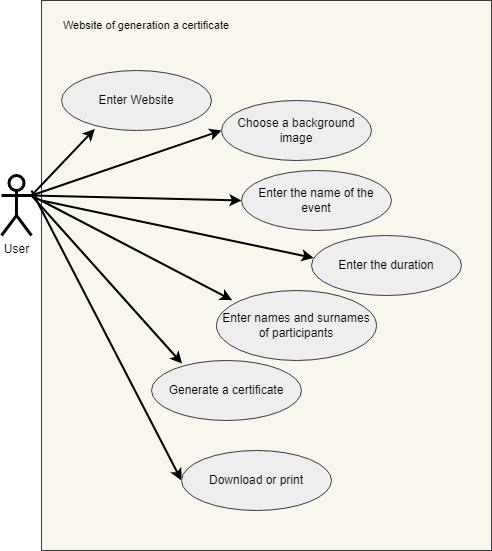
Above: docs/1.Envisioning/Діаграма прецедентів.png in IlnitskijMaksim/SE-practice-1group (draw.io), before the change. Source tidied: cells renumbered, new cells last; positions are measured from the earlier drawing's top-left corner, leaving out a move shared by most shapes.
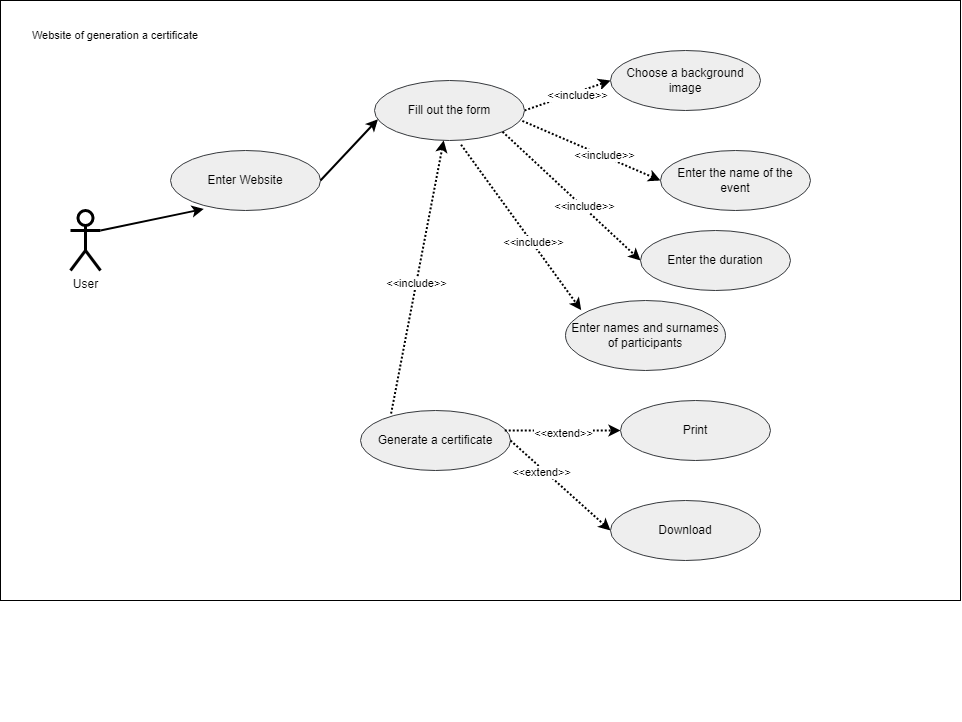
After the commit.

Diff of the diagram source:
```diff
@@ -2,63 +2,98 @@
   <root>
     <mxCell id="0" />
     <mxCell id="1" parent="0" />
+    <mxCell id="20" style="group;" parent="1" vertex="1">
+      <mxGeometry x="-110" width="890" height="660" as="geometry" />
+    </mxCell>
+    <mxCell id="21" style="group;" parent="20" vertex="1">
+      <mxGeometry x="110" width="780" height="660" as="geometry" />
+    </mxCell>
-    <mxCell id="2" style="rounded=0;whiteSpace=wrap;html=1;fillColor=#f9f7ed;strokeColor=#36393d;" parent="1" vertex="1">
-      <mxGeometry x="40" width="450" height="550" as="geometry" />
+    <mxCell id="2" style="rounded=0;whiteSpace=wrap;html=1;" parent="21" vertex="1">
+      <mxGeometry x="-180" y="-60" width="960" height="600" as="geometry" />
     </mxCell>
-    <mxCell id="3" style="group;" parent="1" vertex="1">
-      <mxGeometry x="30" y="70" width="430" height="470" as="geometry" />
+    <mxCell id="3" style="group;" parent="21" vertex="1">
+      <mxGeometry x="40" y="50" width="590" height="500" as="geometry" />
     </mxCell>
-    <mxCell id="4" value="Enter Website" style="ellipse;whiteSpace=wrap;html=1;fillColor=#eeeeee;strokeColor=#36393d;" parent="3" vertex="1">
-      <mxGeometry x="30" width="150" height="60" as="geometry" />
-    </mxCell>
-    <mxCell id="5" value="Choose a background image" style="ellipse;whiteSpace=wrap;html=1;fillColor=#eeeeee;strokeColor=#36393d;" parent="3" vertex="1">
-      <mxGeometry x="190" y="30" width="150" height="60" as="geometry" />
-    </mxCell>
-    <mxCell id="6" value="Enter the name of the event" style="ellipse;whiteSpace=wrap;html=1;fillColor=#eeeeee;strokeColor=#36393d;" parent="3" vertex="1">
-      <mxGeometry x="210" y="100" width="150" height="60" as="geometry" />
-    </mxCell>
-    <mxCell id="7" style="endArrow=classic;html=1;rounded=0;entryX=0.014;entryY=0.373;entryDx=0;entryDy=0;entryPerimeter=0;strokeWidth=2;" parent="3" edge="1" target="8">
-      <mxGeometry relative="1" as="geometry">
-        <mxPoint x="10" y="130" as="sourcePoint" />
-      </mxGeometry>
-    </mxCell>
     <mxCell id="8" value="Enter the duration" style="ellipse;whiteSpace=wrap;html=1;fillColor=#eeeeee;strokeColor=#36393d;" parent="3" vertex="1">
-      <mxGeometry x="280" y="165" width="150" height="60" as="geometry" />
+      <mxGeometry x="420" y="120" width="150" height="60" as="geometry" />
     </mxCell>
     <mxCell id="9" value="Enter names and surnames of participants" style="ellipse;whiteSpace=wrap;html=1;fillColor=#eeeeee;strokeColor=#36393d;" parent="3" vertex="1">
-      <mxGeometry x="185" y="220" width="160" height="70" as="geometry" />
+      <mxGeometry x="345" y="190" width="160" height="70" as="geometry" />
     </mxCell>
     <mxCell id="10" value="Generate a certificate" style="ellipse;whiteSpace=wrap;html=1;fillColor=#eeeeee;strokeColor=#36393d;" parent="3" vertex="1">
-      <mxGeometry x="120" y="290" width="150" height="60" as="geometry" />
+      <mxGeometry x="140" y="300" width="150" height="60" as="geometry" />
     </mxCell>
-    <mxCell id="11" style="endArrow=classic;html=1;rounded=0;strokeWidth=2;entryX=0;entryY=0.5;entryDx=0;entryDy=0;" parent="3" edge="1" target="12">
-      <mxGeometry relative="1" as="geometry">
-        <mxPoint y="120" as="sourcePoint" />
-      </mxGeometry>
-    </mxCell>
-    <mxCell id="12" value="Download or print" style="ellipse;whiteSpace=wrap;html=1;fillColor=#eeeeee;strokeColor=#36393d;" parent="3" vertex="1">
-      <mxGeometry x="150" y="380" width="150" height="60" as="geometry" />
-    </mxCell>
+    <mxCell id="22" style="endArrow=classic;dashed=1;html=1;rounded=0;endFill=1;strokeWidth=2;dashPattern=1 1;entryX=0;entryY=0.5;entryDx=0;entryDy=0;exitX=0.961;exitY=0.333;exitDx=0;exitDy=0;exitPerimeter=0;" parent="3" edge="1" source="10" target="24">
+      <mxGeometry relative="1" as="geometry" />
+    </mxCell>
+    <mxCell id="23" value="&amp;lt;&amp;lt;extend&amp;gt;&amp;gt;" style="edgeLabel;html=1;align=center;verticalAlign=middle;" parent="22" vertex="1">
+      <mxGeometry x="0.01" y="-2" relative="1" as="geometry" />
+    </mxCell>
+    <mxCell id="24" value="Print" style="ellipse;whiteSpace=wrap;html=1;fillColor=#eeeeee;strokeColor=#36393d;" parent="3" vertex="1">
+      <mxGeometry x="400" y="290" width="150" height="60" as="geometry" />
+    </mxCell>
+    <mxCell id="25" value="Download" style="ellipse;whiteSpace=wrap;html=1;fillColor=#eeeeee;strokeColor=#36393d;" parent="3" vertex="1">
+      <mxGeometry x="390" y="390" width="150" height="60" as="geometry" />
+    </mxCell>
+    <mxCell id="26" style="endArrow=classic;dashed=1;html=1;rounded=0;exitX=1;exitY=0.5;exitDx=0;exitDy=0;endFill=1;dashPattern=1 1;strokeWidth=2;entryX=0;entryY=0.5;entryDx=0;entryDy=0;" parent="3" edge="1" source="10" target="25">
+      <mxGeometry relative="1" as="geometry" />
+    </mxCell>
+    <mxCell id="27" value="&amp;lt;&amp;lt;extend&amp;gt;&amp;gt;" style="edgeLabel;html=1;align=center;verticalAlign=middle;" parent="26" vertex="1">
+      <mxGeometry x="-0.36" y="-3" relative="1" as="geometry" />
+    </mxCell>
+    <mxCell id="6" value="Enter the name of the event" style="ellipse;whiteSpace=wrap;html=1;fillColor=#eeeeee;strokeColor=#36393d;" parent="3" vertex="1">
+      <mxGeometry x="440" y="40" width="150" height="60" as="geometry" />
+    </mxCell>
+    <mxCell id="4" value="Enter Website" style="ellipse;whiteSpace=wrap;html=1;fillColor=#eeeeee;strokeColor=#36393d;" parent="3" vertex="1">
+      <mxGeometry x="-50" y="40" width="150" height="60" as="geometry" />
+    </mxCell>
+    <mxCell id="5" value="Choose a background image" style="ellipse;whiteSpace=wrap;html=1;fillColor=#eeeeee;strokeColor=#36393d;" parent="21" vertex="1">
+      <mxGeometry x="430" y="-10" width="150" height="60" as="geometry" />
+    </mxCell>
+    <mxCell id="28" style="endArrow=classic;dashed=1;html=1;dashPattern=1 1;strokeWidth=2;rounded=0;exitX=1;exitY=0.5;exitDx=0;exitDy=0;entryX=0;entryY=0.5;entryDx=0;entryDy=0;endFill=1;" parent="21" edge="1" source="30" target="5">
+      <mxGeometry relative="1" as="geometry" />
+    </mxCell>
+    <mxCell id="29" value="&amp;lt;&amp;lt;include&amp;gt;&amp;gt;" style="edgeLabel;html=1;align=center;verticalAlign=middle;" parent="28" vertex="1">
+      <mxGeometry x="0.21" y="-2" relative="1" as="geometry" />
+    </mxCell>
+    <mxCell id="30" value="Fill out the form" style="ellipse;whiteSpace=wrap;html=1;fillColor=#eeeeee;strokeColor=#36393d;" parent="21" vertex="1">
+      <mxGeometry x="194" y="20" width="150" height="60" as="geometry" />
+    </mxCell>
+    <mxCell id="15" style="endArrow=classic;html=1;rounded=0;entryX=0.098;entryY=0.138;entryDx=0;entryDy=0;entryPerimeter=0;strokeWidth=2;dashed=1;dashPattern=1 1;exitX=0.577;exitY=1.07;exitDx=0;exitDy=0;exitPerimeter=0;" parent="21" edge="1" source="30" target="9">
+      <mxGeometry relative="1" as="geometry" />
+    </mxCell>
+    <mxCell id="31" value="&amp;lt;&amp;lt;include&amp;gt;&amp;gt;" style="edgeLabel;html=1;align=center;verticalAlign=middle;" parent="15" vertex="1">
+      <mxGeometry x="0.17" y="1" relative="1" as="geometry" />
+    </mxCell>
+    <mxCell id="32" style="rounded=0;jettySize=auto;html=1;exitX=1;exitY=0.5;exitDx=0;exitDy=0;entryX=0.023;entryY=0.646;entryDx=0;entryDy=0;entryPerimeter=0;strokeWidth=2;" parent="21" edge="1" source="4" target="30">
+      <mxGeometry relative="1" as="geometry" />
+    </mxCell>
+    <mxCell id="33" style="endArrow=classic;html=1;rounded=0;entryX=0;entryY=0.5;entryDx=0;entryDy=0;strokeWidth=2;dashed=1;dashPattern=1 1;exitX=1;exitY=1;exitDx=0;exitDy=0;" parent="21" edge="1" source="30" target="8">
+      <mxGeometry relative="1" as="geometry" />
+    </mxCell>
+    <mxCell id="34" value="&amp;lt;&amp;lt;include&amp;gt;&amp;gt;" style="edgeLabel;html=1;align=center;verticalAlign=middle;" parent="33" vertex="1">
+      <mxGeometry x="0.17" y="1" relative="1" as="geometry" />
+    </mxCell>
+    <mxCell id="35" style="endArrow=classic;html=1;rounded=0;entryX=0;entryY=0.5;entryDx=0;entryDy=0;strokeWidth=2;dashed=1;dashPattern=1 1;exitX=0.986;exitY=0.674;exitDx=0;exitDy=0;exitPerimeter=0;" parent="21" edge="1" source="30" target="6">
+      <mxGeometry relative="1" as="geometry" />
+    </mxCell>
+    <mxCell id="36" value="&amp;lt;&amp;lt;include&amp;gt;&amp;gt;" style="edgeLabel;html=1;align=center;verticalAlign=middle;" parent="35" vertex="1">
+      <mxGeometry x="0.17" y="1" relative="1" as="geometry" />
+    </mxCell>
+    <mxCell id="16" style="endArrow=none;html=1;rounded=0;entryX=0.204;entryY=0.052;entryDx=0;entryDy=0;entryPerimeter=0;strokeWidth=2;dashed=1;dashPattern=1 1;startArrow=classic;startFill=1;endFill=0;" parent="21" edge="1" source="30" target="10">
+      <mxGeometry relative="1" as="geometry" />
+    </mxCell>
+    <mxCell id="37" value="&amp;lt;&amp;lt;include&amp;gt;&amp;gt;" style="edgeLabel;html=1;align=center;verticalAlign=middle;" parent="16" vertex="1">
+      <mxGeometry x="0.05" y="-1" relative="1" as="geometry" />
+    </mxCell>
+    <mxCell id="19" value="&lt;font style=&quot;font-size: 11px;&quot;&gt;Website of generation a certificate&lt;/font&gt;" style="text;html=1;strokeColor=none;fillColor=none;align=center;verticalAlign=middle;whiteSpace=wrap;rounded=0;" parent="21" vertex="1">
+      <mxGeometry x="-160" y="-40" width="190" height="30" as="geometry" />
+    </mxCell>
+    <mxCell id="18" style="endArrow=classic;html=1;rounded=0;entryX=0.222;entryY=0.974;entryDx=0;entryDy=0;entryPerimeter=0;exitX=1;exitY=0.3333333333333333;exitDx=0;exitDy=0;exitPerimeter=0;strokeWidth=2;" parent="20" edge="1" source="13" target="4">
+      <mxGeometry relative="1" as="geometry" />
+    </mxCell>
-    <mxCell id="13" value="User" style="shape=umlActor;verticalLabelPosition=bottom;verticalAlign=top;html=1;outlineConnect=0;strokeWidth=3;" parent="1" vertex="1">
-      <mxGeometry y="175" width="30" height="60" as="geometry" />
+    <mxCell id="13" value="User" style="shape=umlActor;verticalLabelPosition=bottom;verticalAlign=top;html=1;outlineConnect=0;strokeWidth=3;" parent="20" vertex="1">
+      <mxGeometry y="150" width="30" height="60" as="geometry" />
     </mxCell>
-    <mxCell id="14" style="rounded=0;jettySize=auto;html=1;exitX=1;exitY=0.3333333333333333;exitDx=0;exitDy=0;exitPerimeter=0;entryX=0;entryY=0.5;entryDx=0;entryDy=0;strokeWidth=2;" parent="1" edge="1" source="13" target="5">
-      <mxGeometry relative="1" as="geometry" />
-    </mxCell>
-    <mxCell id="15" style="endArrow=classic;html=1;rounded=0;entryX=0.098;entryY=0.138;entryDx=0;entryDy=0;entryPerimeter=0;exitX=1;exitY=0.3333333333333333;exitDx=0;exitDy=0;exitPerimeter=0;strokeWidth=2;" parent="1" edge="1" source="13" target="9">
-      <mxGeometry relative="1" as="geometry" />
-    </mxCell>
-    <mxCell id="16" style="endArrow=classic;html=1;rounded=0;entryX=0.204;entryY=0.052;entryDx=0;entryDy=0;entryPerimeter=0;exitX=1;exitY=0.3333333333333333;exitDx=0;exitDy=0;exitPerimeter=0;strokeWidth=2;" parent="1" edge="1" source="13" target="10">
-      <mxGeometry relative="1" as="geometry" />
-    </mxCell>
-    <mxCell id="17" style="endArrow=classic;html=1;rounded=0;entryX=0;entryY=0.5;entryDx=0;entryDy=0;exitX=1;exitY=0.3333333333333333;exitDx=0;exitDy=0;exitPerimeter=0;strokeWidth=2;" parent="1" edge="1" source="13" target="6">
-      <mxGeometry relative="1" as="geometry" />
-    </mxCell>
-    <mxCell id="18" style="endArrow=classic;html=1;rounded=0;entryX=0.222;entryY=0.974;entryDx=0;entryDy=0;entryPerimeter=0;exitX=1;exitY=0.3333333333333333;exitDx=0;exitDy=0;exitPerimeter=0;strokeWidth=2;" parent="1" edge="1" source="13" target="4">
-      <mxGeometry relative="1" as="geometry" />
-    </mxCell>
-    <mxCell id="19" value="&lt;font style=&quot;font-size: 11px;&quot;&gt;Website of generation a certificate&lt;/font&gt;" style="text;html=1;strokeColor=none;fillColor=none;align=center;verticalAlign=middle;whiteSpace=wrap;rounded=0;" parent="1" vertex="1">
-      <mxGeometry x="50" y="10" width="190" height="30" as="geometry" />
-    </mxCell>
   </root>
 </mxGraphModel>
```
